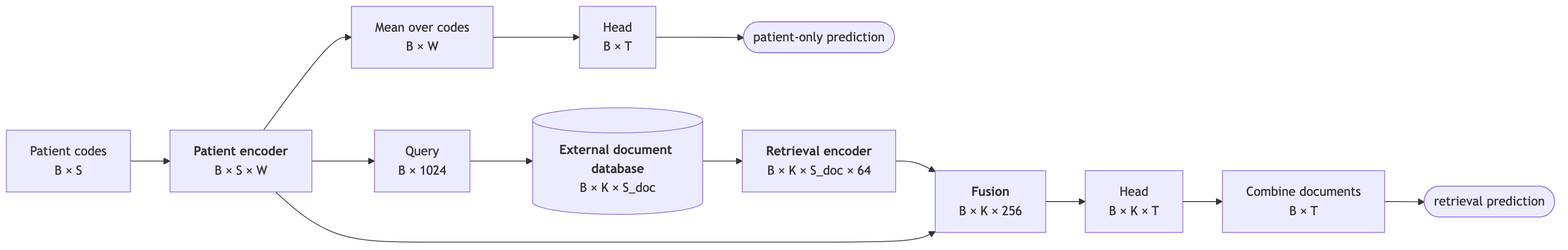
Before: scaling_laws/architecture.png, a diagram exported from Mermaid (McDermottHealthAI/medrap-experiments). Its source is kept beside it as scaling_laws/architecture.mmd.
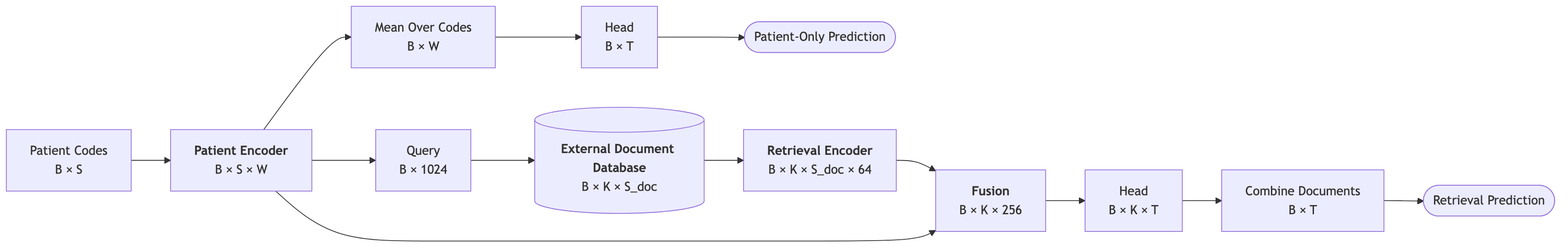
The same diagram one commit later.

Commit message:
docs(scaling_laws): title case for every architecture label

The edit, as a diff of the source:
```diff
@@ -1,17 +1,17 @@
 flowchart LR
-    IN["Patient codes<br/>B × S"]
-    PE["<b>Patient encoder</b><br/>B × S × W"]
-    POOL["Mean over codes<br/>B × W"]
+    IN["Patient Codes<br/>B × S"]
+    PE["<b>Patient Encoder</b><br/>B × S × W"]
+    POOL["Mean Over Codes<br/>B × W"]
     HEAD1["Head<br/>B × T"]
-    OUT1(["patient-only prediction"])
+    OUT1(["Patient-Only Prediction"])
 
     Q["Query<br/>B × 1024"]
-    DB[("<b>External document database</b><br/>B × K × S_doc")]
-    RE["<b>Retrieval encoder</b><br/>B × K × S_doc × 64"]
+    DB[("<b>External Document Database</b><br/>B × K × S_doc")]
+    RE["<b>Retrieval Encoder</b><br/>B × K × S_doc × 64"]
     FUS["<b>Fusion</b><br/>B × K × 256"]
     HEAD2["Head<br/>B × K × T"]
-    COMB["Combine documents<br/>B × T"]
-    OUT2(["retrieval prediction"])
+    COMB["Combine Documents<br/>B × T"]
+    OUT2(["Retrieval Prediction"])
 
     IN --> PE
     PE --> POOL --> HEAD1 --> OUT1
```
